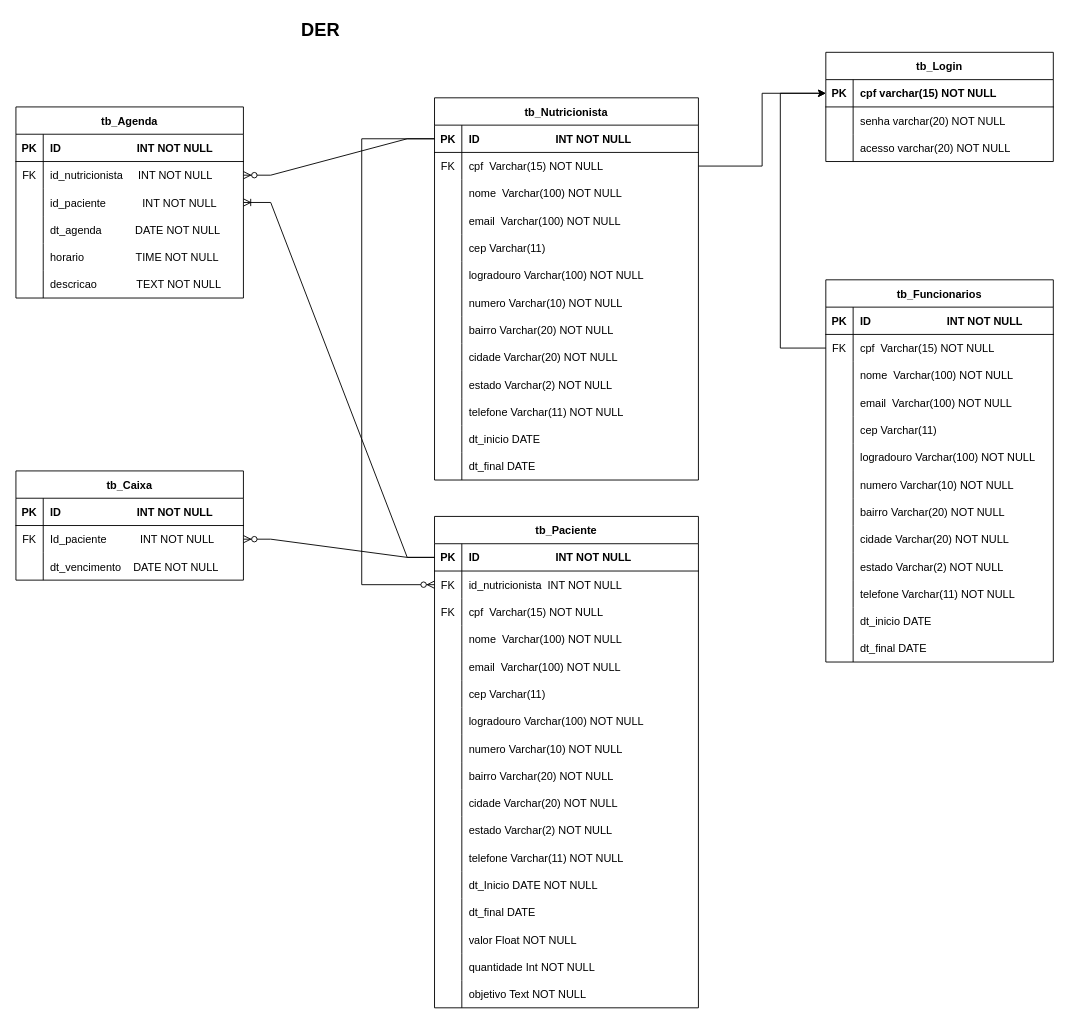
This is DER.drawio from Tavares264/Project_PccFit, a draw.io file, before an edit. Source tidied: cells renumbered, new cells numbered last; positions are measured from the earlier drawing's top-left corner, leaving out a move shared by most shapes. Both pictures are drawn from the tidied source at 91%, with x=0, y=0 at pixel (15, 15).
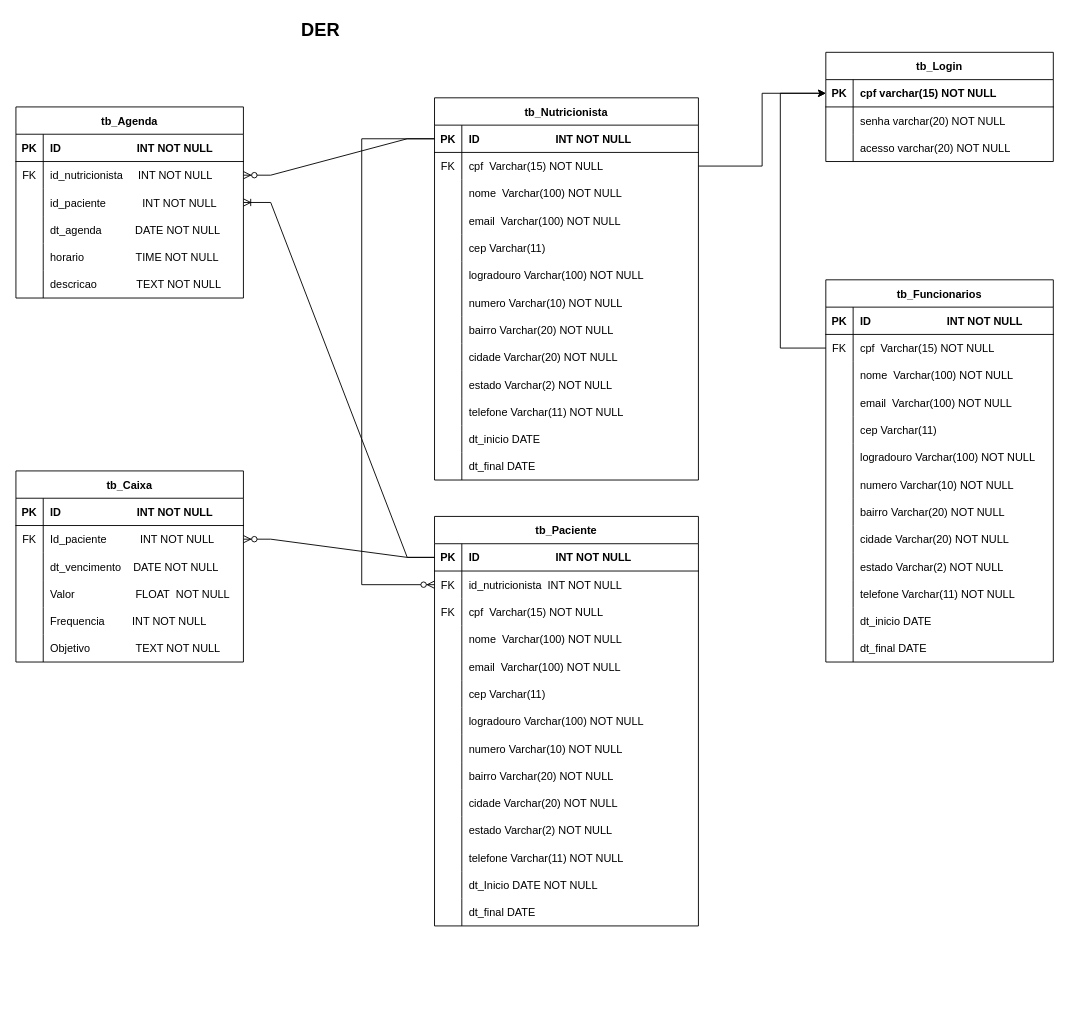
After the change.

Change to the diagram source:
```diff
@@
     <mxCell id="117" value="tb_Paciente" style="shape=table;startSize=30;childLayout=tableLayout;rowLines=0;fontStyle=1;align=center;" parent="1" vertex="1">
-      <mxGeometry x="460" y="550" width="290" height="540" as="geometry" />
+      <mxGeometry x="460" y="550" width="290" height="450" as="geometry" />
     </mxCell>
@@
-    <mxCell id="160" style="shape=partialRectangle;fillColor=none;top=0;left=0;right=0;bottom=0;" parent="117" vertex="1">
-      <mxGeometry y="450" width="290" height="30" as="geometry" />
-    </mxCell>
-    <mxCell id="161" style="shape=partialRectangle;overflow=hidden;fillColor=none;top=0;left=0;bottom=0;right=0;" parent="160" vertex="1">
-      <mxGeometry width="30" height="30" as="geometry" />
-    </mxCell>
-    <mxCell id="162" value="valor Float NOT NULL" style="shape=partialRectangle;overflow=hidden;fillColor=none;top=0;left=0;bottom=0;right=0;align=left;spacingLeft=6;" parent="160" vertex="1">
-      <mxGeometry x="30" width="260" height="30" as="geometry" />
-    </mxCell>
-    <mxCell id="163" style="shape=partialRectangle;fillColor=none;top=0;left=0;right=0;bottom=0;" parent="117" vertex="1">
-      <mxGeometry y="480" width="290" height="30" as="geometry" />
-    </mxCell>
-    <mxCell id="164" style="shape=partialRectangle;overflow=hidden;fillColor=none;top=0;left=0;bottom=0;right=0;" parent="163" vertex="1">
-      <mxGeometry width="30" height="30" as="geometry" />
-    </mxCell>
-    <mxCell id="165" value="quantidade Int NOT NULL" style="shape=partialRectangle;overflow=hidden;fillColor=none;top=0;left=0;bottom=0;right=0;align=left;spacingLeft=6;" parent="163" vertex="1">
-      <mxGeometry x="30" width="260" height="30" as="geometry" />
-    </mxCell>
-    <mxCell id="166" style="shape=partialRectangle;fillColor=none;top=0;left=0;right=0;bottom=0;" parent="117" vertex="1">
-      <mxGeometry y="510" width="290" height="30" as="geometry" />
-    </mxCell>
-    <mxCell id="167" style="shape=partialRectangle;overflow=hidden;fillColor=none;top=0;left=0;bottom=0;right=0;" parent="166" vertex="1">
-      <mxGeometry width="30" height="30" as="geometry" />
-    </mxCell>
-    <mxCell id="168" value="objetivo Text NOT NULL" style="shape=partialRectangle;overflow=hidden;fillColor=none;top=0;left=0;bottom=0;right=0;align=left;spacingLeft=6;" parent="166" vertex="1">
-      <mxGeometry x="30" width="260" height="30" as="geometry" />
-    </mxCell>
     <mxCell id="169" value="tb_Caixa" style="shape=table;startSize=30;childLayout=tableLayout;rowLines=0;fontStyle=1;align=center;" parent="1" vertex="1">
-      <mxGeometry y="500" width="250" height="120" as="geometry" />
+      <mxGeometry y="500" width="250" height="210" as="geometry" />
     </mxCell>
@@
+    <mxCell id="180" style="shape=partialRectangle;fillColor=none;top=0;left=0;right=0;bottom=0;" parent="169" vertex="1">
+      <mxGeometry y="120" width="250" height="30" as="geometry" />
+    </mxCell>
+    <mxCell id="181" style="shape=partialRectangle;overflow=hidden;fillColor=none;top=0;left=0;bottom=0;right=0;" parent="180" vertex="1">
+      <mxGeometry width="30" height="30" as="geometry" />
+    </mxCell>
+    <mxCell id="182" value="Valor                    FLOAT  NOT NULL" style="shape=partialRectangle;overflow=hidden;fillColor=none;top=0;left=0;bottom=0;right=0;align=left;spacingLeft=6;" parent="180" vertex="1">
+      <mxGeometry x="30" width="220" height="30" as="geometry" />
+    </mxCell>
+    <mxCell id="183" style="shape=partialRectangle;fillColor=none;top=0;left=0;right=0;bottom=0;" parent="169" vertex="1">
+      <mxGeometry y="150" width="250" height="30" as="geometry" />
+    </mxCell>
+    <mxCell id="184" style="shape=partialRectangle;overflow=hidden;fillColor=none;top=0;left=0;bottom=0;right=0;" parent="183" vertex="1">
+      <mxGeometry width="30" height="30" as="geometry" />
+    </mxCell>
+    <mxCell id="185" value="Frequencia         INT NOT NULL" style="shape=partialRectangle;overflow=hidden;fillColor=none;top=0;left=0;bottom=0;right=0;align=left;spacingLeft=6;" parent="183" vertex="1">
+      <mxGeometry x="30" width="220" height="30" as="geometry" />
+    </mxCell>
+    <mxCell id="186" style="shape=partialRectangle;fillColor=none;top=0;left=0;right=0;bottom=0;" parent="169" vertex="1">
+      <mxGeometry y="180" width="250" height="30" as="geometry" />
+    </mxCell>
+    <mxCell id="187" style="shape=partialRectangle;overflow=hidden;fillColor=none;top=0;left=0;bottom=0;right=0;" parent="186" vertex="1">
+      <mxGeometry width="30" height="30" as="geometry" />
+    </mxCell>
+    <mxCell id="188" value="Objetivo               TEXT NOT NULL" style="shape=partialRectangle;overflow=hidden;fillColor=none;top=0;left=0;bottom=0;right=0;align=left;spacingLeft=6;" parent="186" vertex="1">
+      <mxGeometry x="30" width="220" height="30" as="geometry" />
+    </mxCell>
```
